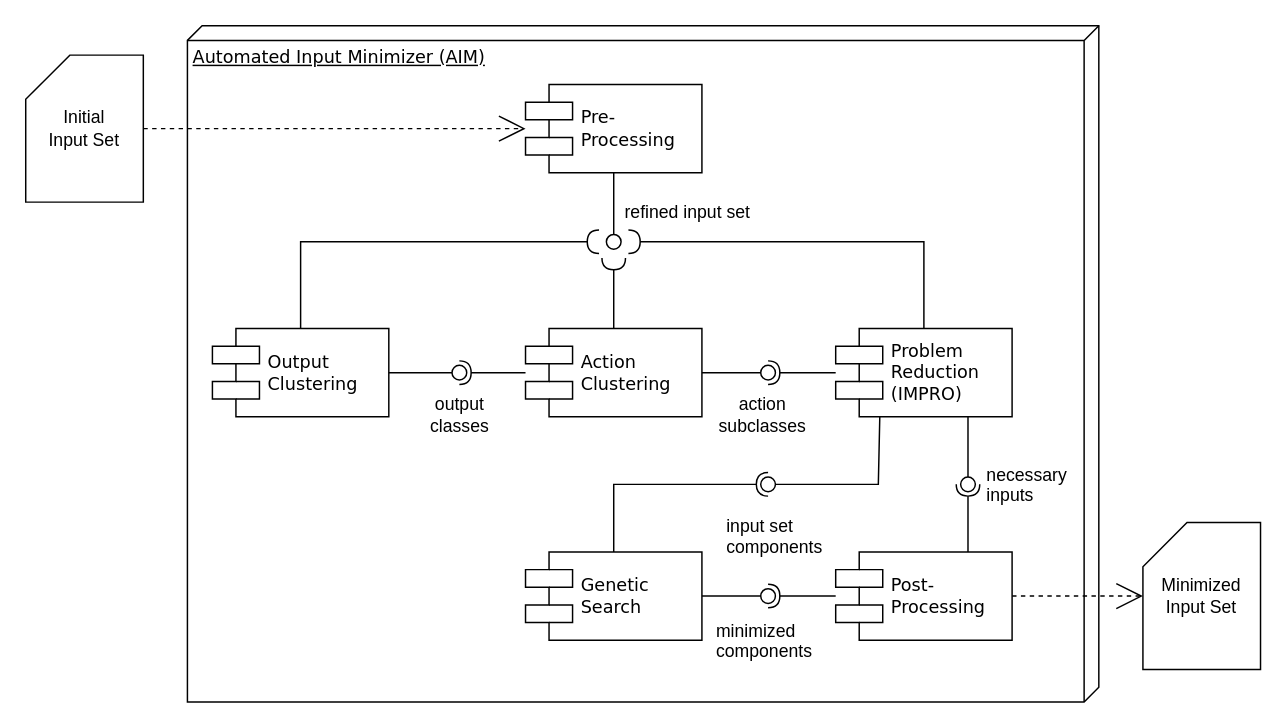
Above: test_set_minimization.drawio in MetamorphicSecurityTesting/Diagrams (draw.io), before the change. Source tidied: cells renumbered, new cells numbered last; positions are measured from the earlier drawing's top-left corner, leaving out a move shared by most shapes. Both pictures are drawn from the tidied source at 147%, with x=0, y=0 at pixel (25, 25).
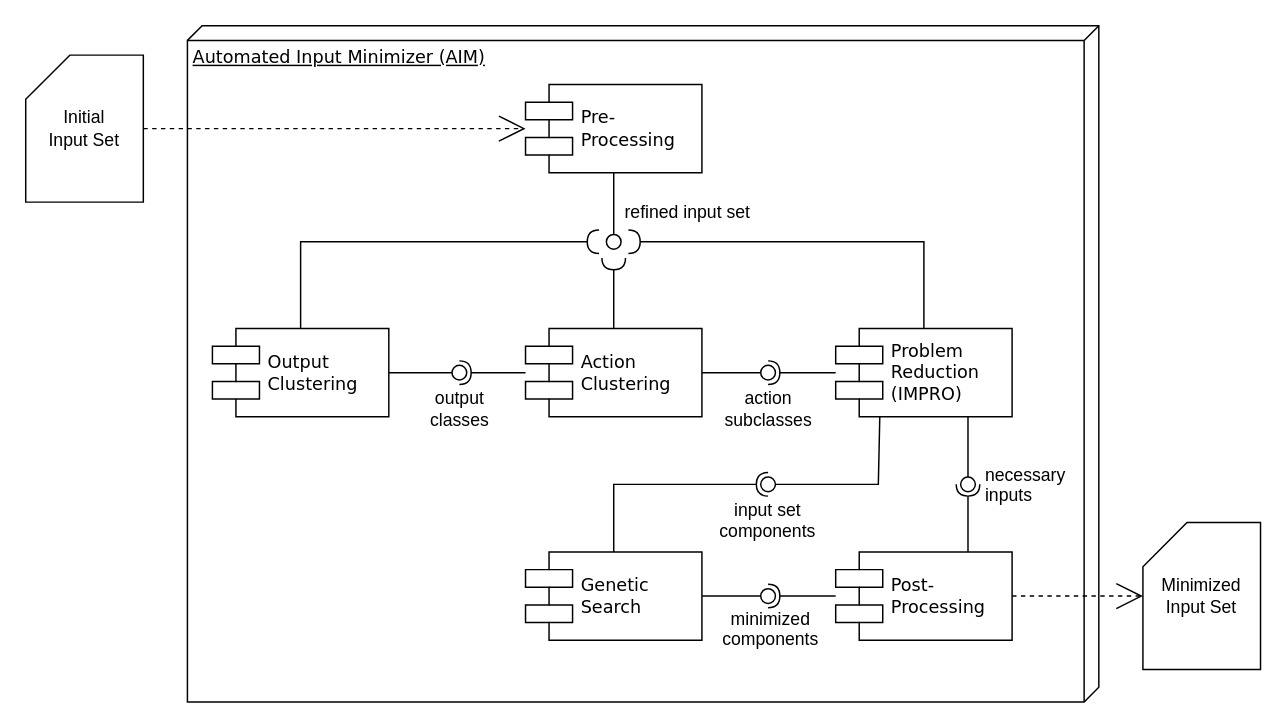
After the change.

Commit message:
beautification yet again

What changed in the source:
```diff
@@
-    <mxCell id="11" value="&lt;div&gt;input set components&lt;/div&gt;" style="text;whiteSpace=wrap;html=1;" parent="1" vertex="1">
-      <mxGeometry x="475" y="327" width="90" height="50" as="geometry" />
+    <mxCell id="11" value="&lt;div align=&quot;center&quot;&gt;input set components&lt;/div&gt;" style="text;whiteSpace=wrap;html=1;align=center;" parent="1" vertex="1">
+      <mxGeometry x="460" y="316" width="90" height="50" as="geometry" />
     </mxCell>
@@
     <mxCell id="25" value="output &lt;br&gt;classes" style="text;html=1;align=center;verticalAlign=middle;strokeColor=none;fillColor=none;" parent="1" vertex="1">
-      <mxGeometry x="265" y="245" width="60" height="40" as="geometry" />
+      <mxGeometry x="265" y="241" width="60" height="40" as="geometry" />
     </mxCell>
     <mxCell id="26" value="action&lt;br&gt;subclasses" style="text;html=1;align=center;verticalAlign=middle;strokeColor=none;fillColor=none;" parent="1" vertex="1">
-      <mxGeometry x="461" y="245" width="80" height="40" as="geometry" />
+      <mxGeometry x="465" y="241" width="80" height="40" as="geometry" />
     </mxCell>
@@
-    <mxCell id="31" value="&lt;div&gt;minimized components&lt;/div&gt;" style="text;whiteSpace=wrap;html=1;" parent="1" vertex="1">
-      <mxGeometry x="468" y="398" width="90" height="50" as="geometry" />
+    <mxCell id="31" value="&lt;div align=&quot;center&quot;&gt;minimized components&lt;/div&gt;" style="text;whiteSpace=wrap;html=1;align=center;" parent="1" vertex="1">
+      <mxGeometry x="462" y="390" width="90" height="50" as="geometry" />
     </mxCell>
@@
     <mxCell id="38" value="&lt;div&gt;necessary&lt;/div&gt;&lt;div&gt;inputs&lt;br&gt;&lt;/div&gt;" style="text;whiteSpace=wrap;html=1;" parent="1" vertex="1">
-      <mxGeometry x="652" y="292" width="90" height="50" as="geometry" />
+      <mxGeometry x="651" y="292" width="90" height="50" as="geometry" />
     </mxCell>
```
